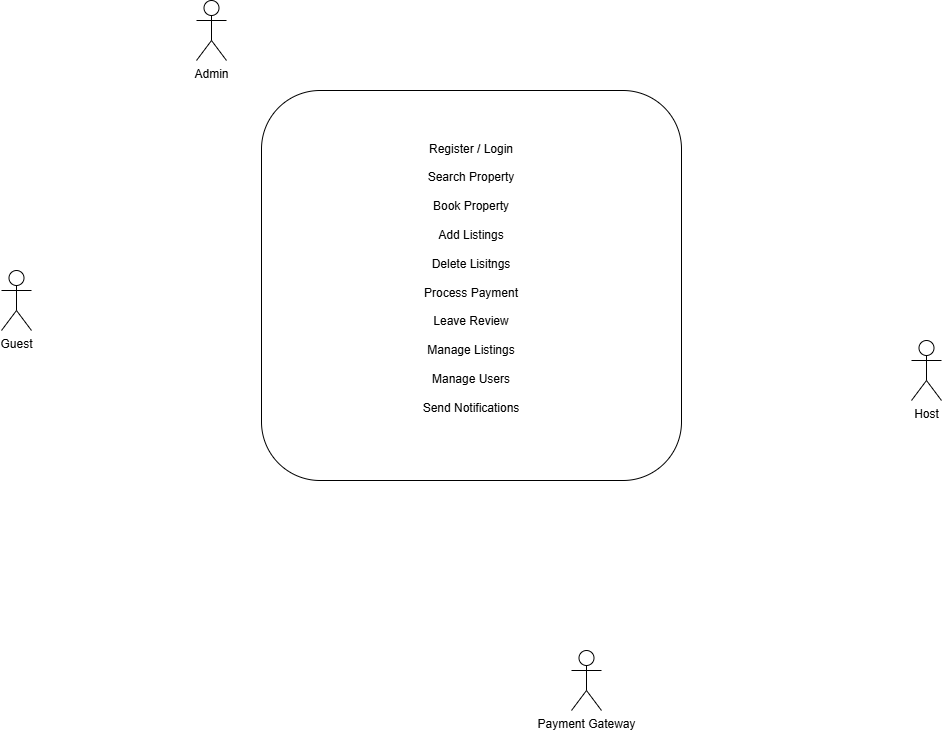
The draw.io diagram use-case-diagram.png in benjamin-o-ansah/alx-airbnb-project-documentation, before a commit. Source tidied: cells renumbered, new cells last; positions are measured from the earlier drawing's top-left corner, leaving out a move shared by most shapes.
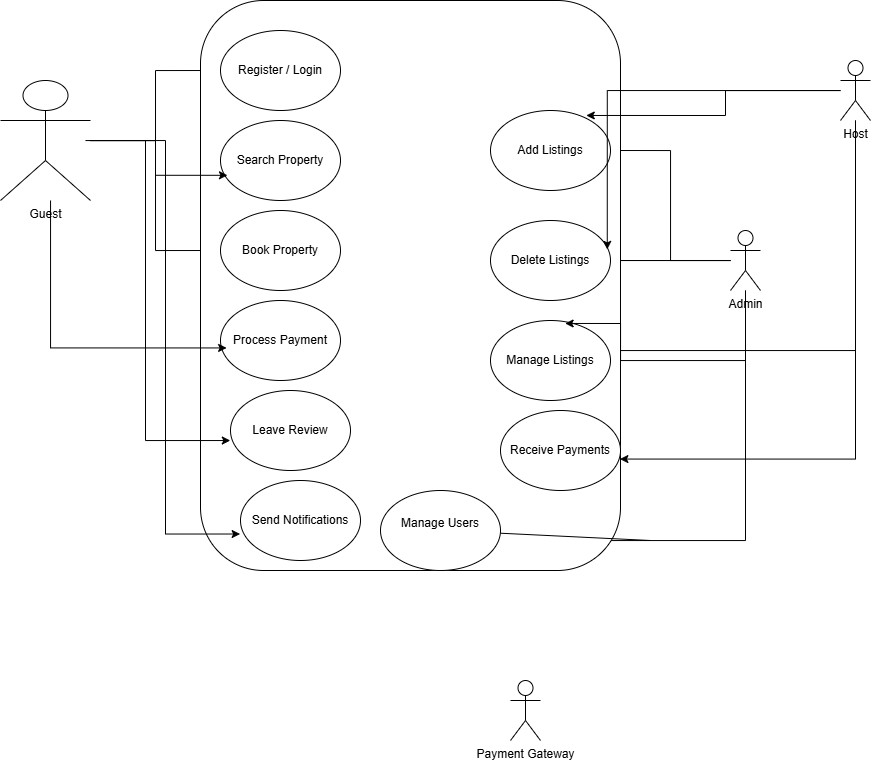
Later version of the same file.

Change to the diagram source:
```diff
@@ -2,20 +2,133 @@
   <root>
     <mxCell id="0" />
     <mxCell id="1" parent="0" />
+    <mxCell id="7" style="edgeStyle=orthogonalEdgeStyle;rounded=0;jettySize=auto;html=1;entryX=0;entryY=0.5;entryDx=0;entryDy=0;" parent="1" edge="1" source="2" target="14">
+      <mxGeometry relative="1" as="geometry" />
+    </mxCell>
+    <mxCell id="8" style="edgeStyle=orthogonalEdgeStyle;rounded=0;orthogonalLoop=1;jettySize=auto;html=1;entryX=0;entryY=0.5;entryDx=0;entryDy=0;" parent="1" edge="1">
+      <mxGeometry relative="1" as="geometry">
+        <mxPoint x="145" y="110.1" as="sourcePoint" />
+        <mxPoint x="275" y="220" as="targetPoint" />
+        <Array as="points">
+          <mxPoint x="215" y="110" />
+          <mxPoint x="215" y="220" />
+        </Array>
+      </mxGeometry>
+    </mxCell>
     <mxCell id="2" value="Guest&lt;div&gt;&lt;br&gt;&lt;/div&gt;" style="shape=umlActor;verticalLabelPosition=bottom;verticalAlign=top;html=1;outlineConnect=0;" parent="1" vertex="1">
-      <mxGeometry y="270" width="30" height="60" as="geometry" />
+      <mxGeometry x="60" y="50" width="90" height="120" as="geometry" />
     </mxCell>
+    <mxCell id="9" style="edgeStyle=orthogonalEdgeStyle;rounded=0;jettySize=auto;html=1;" parent="1" edge="1" source="3" target="24">
+      <mxGeometry relative="1" as="geometry">
+        <Array as="points">
+          <mxPoint x="915" y="320" />
+        </Array>
+      </mxGeometry>
+    </mxCell>
     <mxCell id="3" value="Host" style="shape=umlActor;verticalLabelPosition=bottom;verticalAlign=top;html=1;outlineConnect=0;" parent="1" vertex="1">
-      <mxGeometry x="910" y="340" width="30" height="60" as="geometry" />
+      <mxGeometry x="900" y="30" width="30" height="60" as="geometry" />
     </mxCell>
     <mxCell id="4" value="Payment Gateway" style="shape=umlActor;verticalLabelPosition=bottom;verticalAlign=top;html=1;" parent="1" vertex="1">
       <mxGeometry x="570" y="650" width="30" height="60" as="geometry" />
     </mxCell>
+    <mxCell id="10" style="edgeStyle=orthogonalEdgeStyle;rounded=0;jettySize=auto;html=1;" parent="1" edge="1" source="5" target="21">
+      <mxGeometry relative="1" as="geometry">
+        <Array as="points">
+          <mxPoint x="805" y="510" />
+        </Array>
+      </mxGeometry>
+    </mxCell>
+    <mxCell id="11" style="edgeStyle=orthogonalEdgeStyle;rounded=0;jettySize=auto;html=1;entryX=1;entryY=0.5;entryDx=0;entryDy=0;" parent="1" edge="1" source="5" target="17">
+      <mxGeometry relative="1" as="geometry" />
+    </mxCell>
+    <mxCell id="12" style="edgeStyle=orthogonalEdgeStyle;rounded=0;jettySize=auto;html=1;" parent="1" edge="1" source="5" target="16">
+      <mxGeometry relative="1" as="geometry" />
+    </mxCell>
+    <mxCell id="13" style="edgeStyle=orthogonalEdgeStyle;rounded=0;jettySize=auto;html=1;entryX=1;entryY=0.5;entryDx=0;entryDy=0;" parent="1" edge="1" source="5" target="21">
+      <mxGeometry relative="1" as="geometry" />
+    </mxCell>
     <mxCell id="5" value="Admin" style="shape=umlActor;verticalLabelPosition=bottom;verticalAlign=top;html=1;outlineConnect=0;" parent="1" vertex="1">
-      <mxGeometry x="195" width="30" height="60" as="geometry" />
+      <mxGeometry x="790" y="200" width="30" height="60" as="geometry" />
     </mxCell>
-    <mxCell id="6" value="Register / Login&lt;div&gt;&lt;br&gt;&lt;div&gt;Search Property&lt;/div&gt;&lt;div&gt;&lt;br&gt;&lt;/div&gt;&lt;div&gt;Book Property&lt;/div&gt;&lt;div&gt;&lt;br&gt;&lt;/div&gt;&lt;div&gt;Add Listings&lt;/div&gt;&lt;div&gt;&lt;br&gt;&lt;/div&gt;&lt;div&gt;Delete Lisitngs&lt;/div&gt;&lt;div&gt;&lt;br&gt;&lt;/div&gt;&lt;div&gt;Process Payment&lt;/div&gt;&lt;div&gt;&lt;br&gt;&lt;/div&gt;&lt;div&gt;Leave Review&lt;/div&gt;&lt;div&gt;&lt;br&gt;&lt;/div&gt;&lt;div&gt;Manage Listings&lt;/div&gt;&lt;div&gt;&lt;br&gt;&lt;/div&gt;&lt;div&gt;Manage Users&lt;/div&gt;&lt;div&gt;&lt;br&gt;&lt;/div&gt;&lt;div&gt;Send Notifications&lt;/div&gt;&lt;div&gt;&lt;br&gt;&lt;/div&gt;&lt;/div&gt;" style="rounded=1;whiteSpace=wrap;html=1;" parent="1" vertex="1">
-      <mxGeometry x="260" y="90" width="420" height="390" as="geometry" />
+    <mxCell id="6" value="&lt;div&gt;&lt;div&gt;&lt;br&gt;&lt;/div&gt;&lt;/div&gt;" style="rounded=1;whiteSpace=wrap;html=1;" parent="1" vertex="1">
+      <mxGeometry x="260" y="-30" width="420" height="570" as="geometry" />
     </mxCell>
+    <mxCell id="14" value="Register / Login" style="ellipse;whiteSpace=wrap;html=1;" parent="1" vertex="1">
+      <mxGeometry x="280" width="120" height="80" as="geometry" />
+    </mxCell>
+    <mxCell id="15" value="Process Payment" style="ellipse;whiteSpace=wrap;html=1;" parent="1" vertex="1">
+      <mxGeometry x="280" y="270" width="120" height="80" as="geometry" />
+    </mxCell>
+    <mxCell id="16" value="Delete Listings" style="ellipse;whiteSpace=wrap;html=1;" parent="1" vertex="1">
+      <mxGeometry x="550" y="190" width="120" height="80" as="geometry" />
+    </mxCell>
+    <mxCell id="17" value="Add Listings" style="ellipse;whiteSpace=wrap;html=1;" parent="1" vertex="1">
+      <mxGeometry x="550" y="80" width="120" height="80" as="geometry" />
+    </mxCell>
+    <mxCell id="18" value="Book Property" style="ellipse;whiteSpace=wrap;html=1;" parent="1" vertex="1">
+      <mxGeometry x="280" y="180" width="120" height="80" as="geometry" />
+    </mxCell>
+    <mxCell id="19" value="Search Property" style="ellipse;whiteSpace=wrap;html=1;" parent="1" vertex="1">
+      <mxGeometry x="280" y="90" width="120" height="80" as="geometry" />
+    </mxCell>
+    <mxCell id="20" style="rounded=0;jettySize=auto;html=1;strokeColor=default;endArrow=none;endFill=0;" parent="1" edge="1" source="21">
+      <mxGeometry relative="1" as="geometry">
+        <mxPoint x="710" y="510" as="targetPoint" />
+      </mxGeometry>
+    </mxCell>
+    <mxCell id="21" value="&lt;div&gt;Manage Users&lt;/div&gt;&lt;div&gt;&lt;br&gt;&lt;/div&gt;" style="ellipse;whiteSpace=wrap;html=1;" parent="1" vertex="1">
+      <mxGeometry x="440" y="460" width="120" height="80" as="geometry" />
+    </mxCell>
+    <mxCell id="22" value="&lt;div&gt;Send Notifications&lt;/div&gt;" style="ellipse;whiteSpace=wrap;html=1;" parent="1" vertex="1">
+      <mxGeometry x="300" y="450" width="120" height="80" as="geometry" />
+    </mxCell>
+    <mxCell id="23" value="Leave Review" style="ellipse;whiteSpace=wrap;html=1;" parent="1" vertex="1">
+      <mxGeometry x="290" y="360" width="120" height="80" as="geometry" />
+    </mxCell>
+    <mxCell id="24" value="Manage Listings" style="ellipse;whiteSpace=wrap;html=1;" parent="1" vertex="1">
+      <mxGeometry x="550" y="290" width="120" height="80" as="geometry" />
+    </mxCell>
+    <mxCell id="25" style="edgeStyle=orthogonalEdgeStyle;rounded=0;jettySize=auto;html=1;entryX=0.058;entryY=0.685;entryDx=0;entryDy=0;entryPerimeter=0;" parent="1" edge="1" source="2" target="19">
+      <mxGeometry relative="1" as="geometry" />
+    </mxCell>
+    <mxCell id="26" style="edgeStyle=orthogonalEdgeStyle;rounded=0;jettySize=auto;html=1;entryX=0.051;entryY=0.793;entryDx=0;entryDy=0;entryPerimeter=0;" parent="1" edge="1" source="2">
+      <mxGeometry relative="1" as="geometry">
+        <mxPoint x="286.1" y="317.4" as="targetPoint" />
+        <Array as="points">
+          <mxPoint x="110" y="317" />
+        </Array>
+      </mxGeometry>
+    </mxCell>
+    <mxCell id="27" style="edgeStyle=orthogonalEdgeStyle;rounded=0;jettySize=auto;html=1;entryX=0.071;entryY=0.772;entryDx=0;entryDy=0;entryPerimeter=0;" parent="1" edge="1" source="2" target="6">
+      <mxGeometry relative="1" as="geometry" />
+    </mxCell>
+    <mxCell id="28" style="edgeStyle=orthogonalEdgeStyle;rounded=0;jettySize=auto;html=1;entryX=-0.003;entryY=0.669;entryDx=0;entryDy=0;entryPerimeter=0;" parent="1" edge="1" source="2" target="22">
+      <mxGeometry relative="1" as="geometry" />
+    </mxCell>
+    <mxCell id="29" style="edgeStyle=orthogonalEdgeStyle;rounded=0;jettySize=auto;html=1;entryX=0.622;entryY=0.037;entryDx=0;entryDy=0;entryPerimeter=0;" parent="1" edge="1" source="5" target="24">
+      <mxGeometry relative="1" as="geometry">
+        <Array as="points">
+          <mxPoint x="805" y="330" />
+          <mxPoint x="680" y="330" />
+          <mxPoint x="680" y="293" />
+        </Array>
+      </mxGeometry>
+    </mxCell>
+    <mxCell id="30" style="edgeStyle=orthogonalEdgeStyle;rounded=0;jettySize=auto;html=1;entryX=0.798;entryY=0.062;entryDx=0;entryDy=0;entryPerimeter=0;" parent="1" edge="1" source="3" target="17">
+      <mxGeometry relative="1" as="geometry" />
+    </mxCell>
+    <mxCell id="31" style="edgeStyle=orthogonalEdgeStyle;rounded=0;jettySize=auto;html=1;entryX=0.973;entryY=0.361;entryDx=0;entryDy=0;entryPerimeter=0;" parent="1" edge="1" source="3" target="16">
+      <mxGeometry relative="1" as="geometry" />
+    </mxCell>
+    <mxCell id="32" value="Receive Payments" style="ellipse;whiteSpace=wrap;html=1;" parent="1" vertex="1">
+      <mxGeometry x="560" y="380" width="120" height="80" as="geometry" />
+    </mxCell>
+    <mxCell id="33" style="edgeStyle=orthogonalEdgeStyle;rounded=0;jettySize=auto;html=1;entryX=0.995;entryY=0.607;entryDx=0;entryDy=0;entryPerimeter=0;" parent="1" edge="1" source="3" target="32">
+      <mxGeometry relative="1" as="geometry">
+        <Array as="points">
+          <mxPoint x="915" y="429" />
+        </Array>
+      </mxGeometry>
+    </mxCell>
   </root>
 </mxGraphModel>
```
